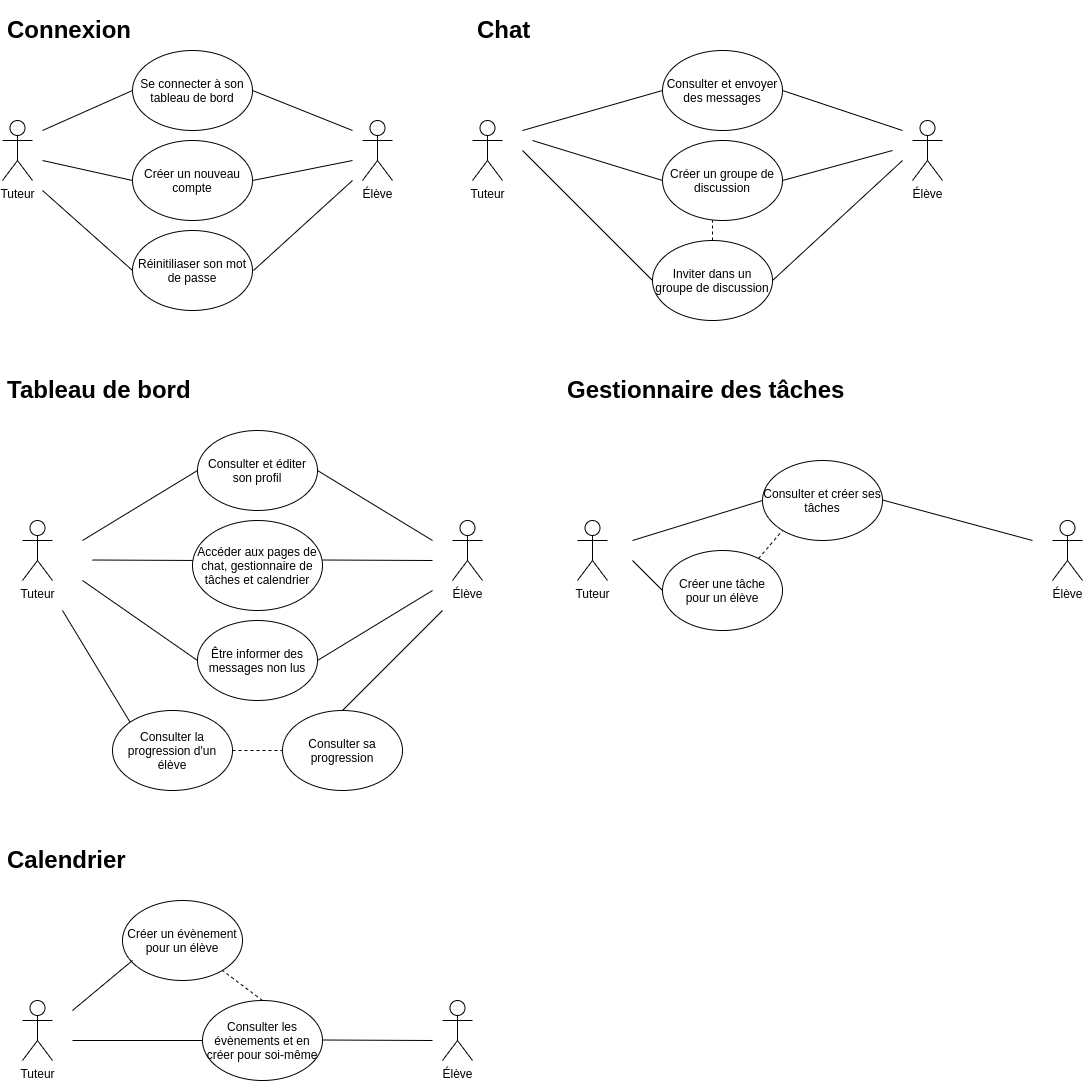
The draw.io diagram use_cases.drawio.png in josayko-courses/LearnAtHome, before a commit. Source tidied: cells renumbered, new cells last; positions are measured from the earlier drawing's top-left corner, leaving out a move shared by most shapes.
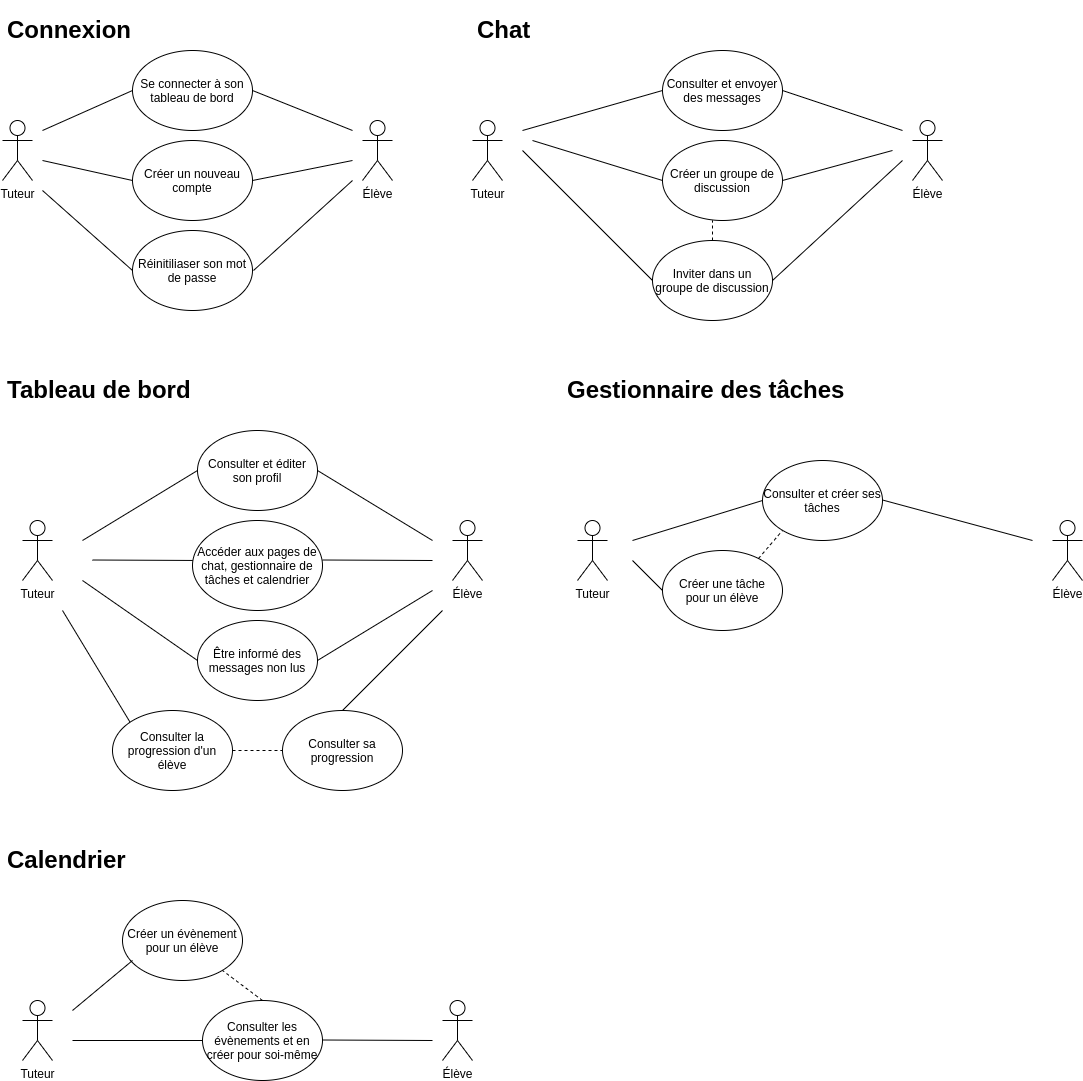
Above is the later version.

What changed in the source:
```diff
@@ -123,7 +123,7 @@
     <mxCell id="32" value="Élève" style="shape=umlActor;verticalLabelPosition=bottom;verticalAlign=top;html=1;" parent="1" vertex="1">
       <mxGeometry x="1050" y="510" width="30" height="60" as="geometry" />
     </mxCell>
-    <mxCell id="33" value="Être informer des messages non lus" style="ellipse;whiteSpace=wrap;html=1;" parent="1" vertex="1">
+    <mxCell id="33" value="Être informé des messages non lus" style="ellipse;whiteSpace=wrap;html=1;" parent="1" vertex="1">
       <mxGeometry x="195" y="610" width="120" height="80" as="geometry" />
     </mxCell>
     <mxCell id="34" value="Créer une tâche&lt;br&gt;pour un élève" style="ellipse;whiteSpace=wrap;html=1;" parent="1" vertex="1">
```
